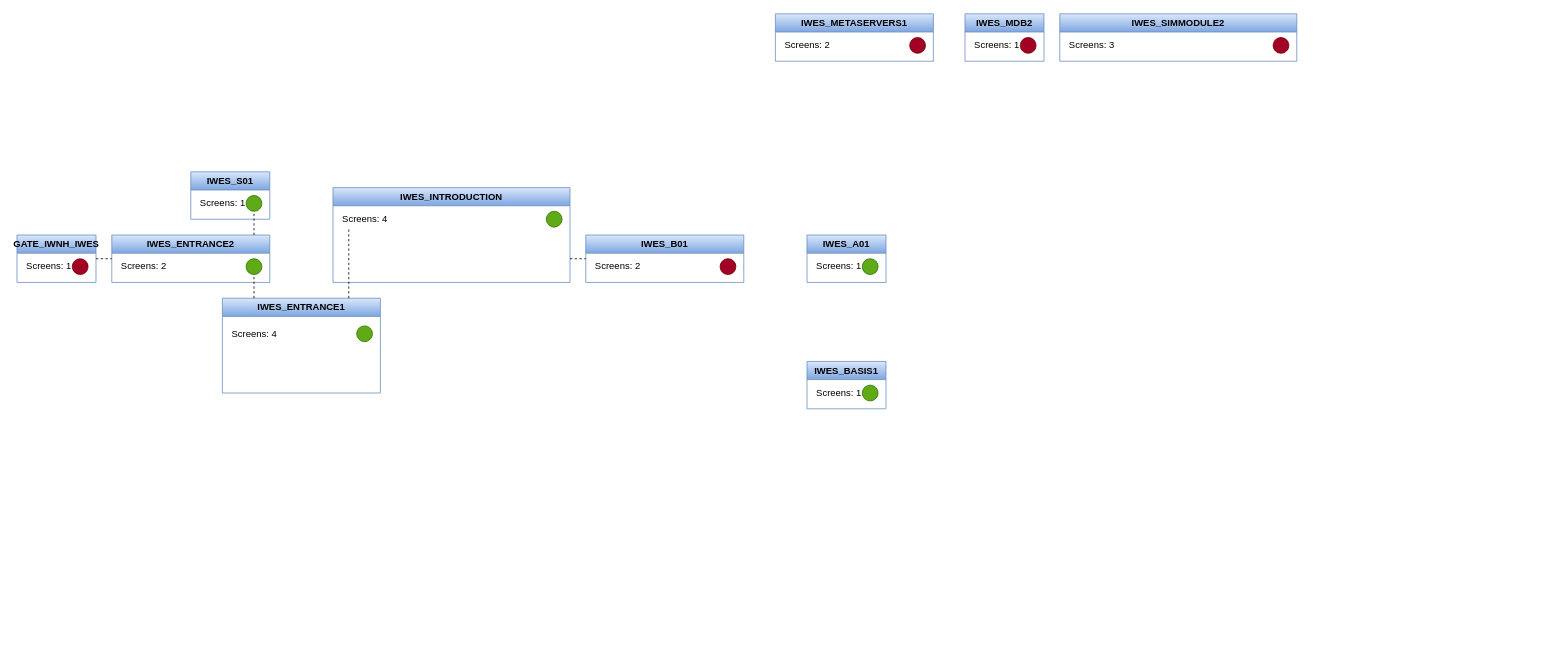
The draw.io diagram page "Encapsulated Systems" (3 of 3) of bonus/Regions.drawio in TabbyFlux/Implicit-Worlds, before the edit. Source tidied: cells renumbered, new cells numbered last; positions are measured from the earlier drawing's top-left corner, leaving out a move shared by most shapes. Both pictures are drawn from the tidied source at 79%, with x=0, y=0 at pixel (17, 13).
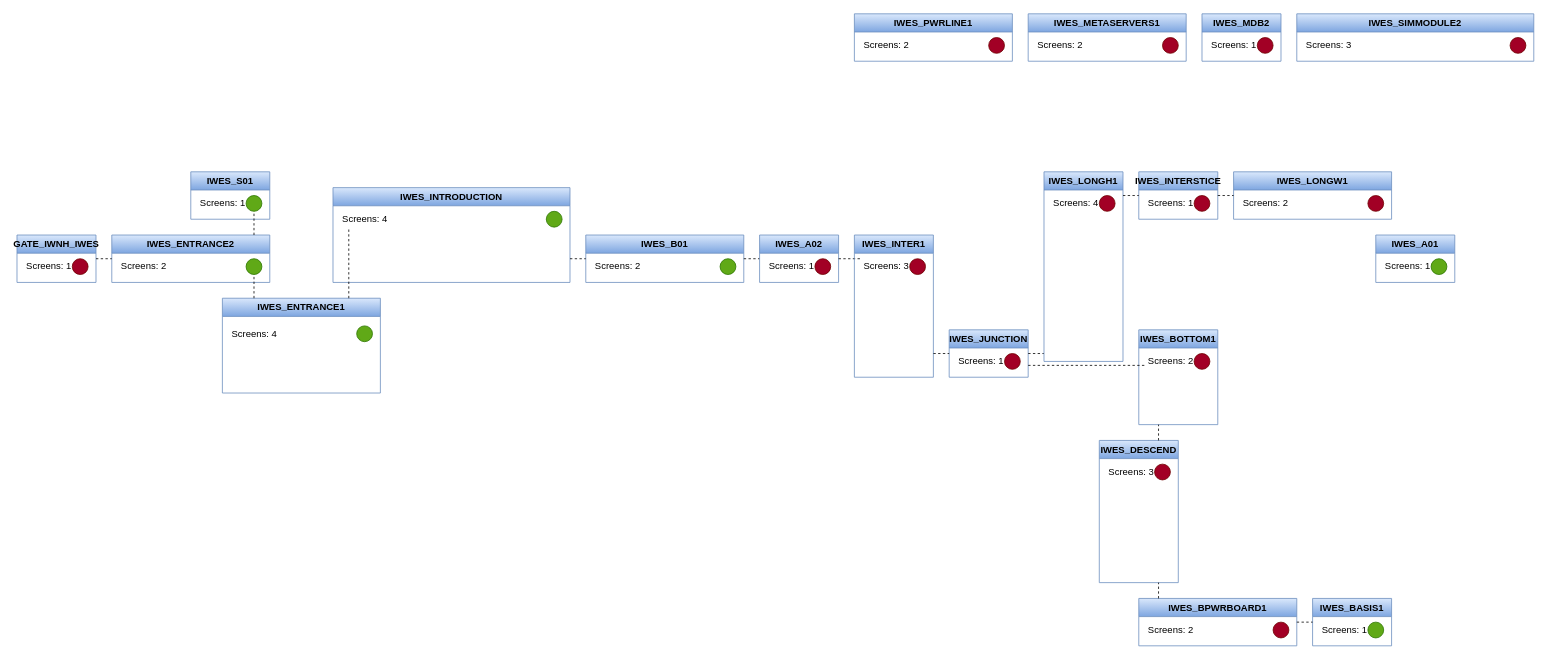
After the change.

The change refers to these unchanged cells:
```xml
<mxCell id="32" value="IWES_B01" style="swimlane;whiteSpace=wrap;html=1;fillColor=#dae8fc;gradientColor=#7ea6e0;strokeColor=#6c8ebf;" parent="1" vertex="1">
  <mxGeometry x="720" y="280" width="200" height="60" as="geometry" />
</mxCell>
```

Change to the diagram source:
```diff
@@
     <mxCell id="5" value="IWES_BASIS1" style="swimlane;whiteSpace=wrap;html=1;fillColor=#dae8fc;gradientColor=#7ea6e0;strokeColor=#6c8ebf;" parent="1" vertex="1">
-      <mxGeometry x="1000" y="440" width="100" height="60" as="geometry" />
+      <mxGeometry x="1640" y="740" width="100" height="60" as="geometry" />
     </mxCell>
@@
     <mxCell id="16" value="IWES_A01" style="swimlane;whiteSpace=wrap;html=1;fillColor=#dae8fc;gradientColor=#7ea6e0;strokeColor=#6c8ebf;" parent="1" vertex="1">
-      <mxGeometry x="1000" y="280" width="100" height="60" as="geometry" />
+      <mxGeometry x="1720" y="280" width="100" height="60" as="geometry" />
     </mxCell>
@@
     <mxCell id="23" value="IWES_METASERVERS1" style="swimlane;whiteSpace=wrap;html=1;fillColor=#dae8fc;gradientColor=#7ea6e0;strokeColor=#6c8ebf;" parent="1" vertex="1">
-      <mxGeometry x="960" width="200" height="60" as="geometry" />
+      <mxGeometry x="1280" width="200" height="60" as="geometry" />
     </mxCell>
@@
     <mxCell id="26" value="IWES_MDB2" style="swimlane;whiteSpace=wrap;html=1;fillColor=#dae8fc;gradientColor=#7ea6e0;strokeColor=#6c8ebf;" parent="1" vertex="1">
-      <mxGeometry x="1200" width="100" height="60" as="geometry" />
+      <mxGeometry x="1500" width="100" height="60" as="geometry" />
     </mxCell>
@@
     <mxCell id="29" value="IWES_SIMMODULE2" style="swimlane;whiteSpace=wrap;html=1;fillColor=#dae8fc;gradientColor=#7ea6e0;strokeColor=#6c8ebf;" parent="1" vertex="1">
-      <mxGeometry x="1320" width="300" height="60" as="geometry" />
+      <mxGeometry x="1620" width="300" height="60" as="geometry" />
     </mxCell>
@@
-    <mxCell id="34" style="ellipse;whiteSpace=wrap;html=1;fillColor=#a20025;strokeColor=#6F0000;fontColor=#ffffff;" parent="32" vertex="1">
+    <mxCell id="34" style="ellipse;whiteSpace=wrap;html=1;fillColor=#60a917;strokeColor=#2D7600;fontColor=#ffffff;" parent="32" vertex="1">
       <mxGeometry x="170" y="30" width="20" height="20" as="geometry" />
     </mxCell>
@@
+    <mxCell id="40" style="endArrow=none;dashed=1;html=1;rounded=0;exitX=1;exitY=0.5;exitDx=0;exitDy=0;entryX=0;entryY=0.5;entryDx=0;entryDy=0;" parent="1" edge="1" source="32" target="44">
+      <mxGeometry relative="1" as="geometry" />
+    </mxCell>
+    <mxCell id="41" value="IWES_PWRLINE1" style="swimlane;whiteSpace=wrap;html=1;fillColor=#dae8fc;gradientColor=#7ea6e0;strokeColor=#6c8ebf;" parent="1" vertex="1">
+      <mxGeometry x="1060" width="200" height="60" as="geometry" />
+    </mxCell>
+    <mxCell id="42" value="Screens: 2" style="text;html=1;align=left;verticalAlign=middle;whiteSpace=wrap;rounded=0;" parent="41" vertex="1">
+      <mxGeometry x="10" y="25" width="70" height="30" as="geometry" />
+    </mxCell>
+    <mxCell id="43" style="ellipse;whiteSpace=wrap;html=1;fillColor=#a20025;strokeColor=#6F0000;fontColor=#ffffff;" parent="41" vertex="1">
+      <mxGeometry x="170" y="30" width="20" height="20" as="geometry" />
+    </mxCell>
+    <mxCell id="44" value="IWES_A02" style="swimlane;whiteSpace=wrap;html=1;fillColor=#dae8fc;gradientColor=#7ea6e0;strokeColor=#6c8ebf;" parent="1" vertex="1">
+      <mxGeometry x="940" y="280" width="100" height="60" as="geometry" />
+    </mxCell>
+    <mxCell id="45" value="Screens: 1" style="text;html=1;align=left;verticalAlign=middle;whiteSpace=wrap;rounded=0;" parent="44" vertex="1">
+      <mxGeometry x="10" y="25" width="60" height="30" as="geometry" />
+    </mxCell>
+    <mxCell id="46" style="ellipse;whiteSpace=wrap;html=1;fillColor=#a20025;strokeColor=#6F0000;fontColor=#ffffff;" parent="44" vertex="1">
+      <mxGeometry x="70" y="30" width="20" height="20" as="geometry" />
+    </mxCell>
+    <mxCell id="47" style="endArrow=none;dashed=1;html=1;rounded=0;exitX=1;exitY=0.5;exitDx=0;exitDy=0;entryX=0;entryY=0.167;entryDx=0;entryDy=0;entryPerimeter=0;" parent="1" edge="1" source="44" target="49">
+      <mxGeometry relative="1" as="geometry" />
+    </mxCell>
+    <mxCell id="48" value="IWES_INTER1" style="swimlane;whiteSpace=wrap;html=1;fillColor=#dae8fc;gradientColor=#7ea6e0;strokeColor=#6c8ebf;" parent="1" vertex="1">
+      <mxGeometry x="1060" y="280" width="100" height="180" as="geometry" />
+    </mxCell>
+    <mxCell id="49" value="Screens: 3" style="text;html=1;align=left;verticalAlign=middle;whiteSpace=wrap;rounded=0;" parent="48" vertex="1">
+      <mxGeometry x="10" y="25" width="60" height="30" as="geometry" />
+    </mxCell>
+    <mxCell id="50" style="ellipse;whiteSpace=wrap;html=1;fillColor=#a20025;strokeColor=#6F0000;fontColor=#ffffff;" parent="48" vertex="1">
+      <mxGeometry x="70" y="30" width="20" height="20" as="geometry" />
+    </mxCell>
+    <mxCell id="51" value="IWES_JUNCTION" style="swimlane;whiteSpace=wrap;html=1;fillColor=#dae8fc;gradientColor=#7ea6e0;strokeColor=#6c8ebf;" parent="1" vertex="1">
+      <mxGeometry x="1180" y="400" width="100" height="60" as="geometry" />
+    </mxCell>
+    <mxCell id="52" value="Screens: 1" style="text;html=1;align=left;verticalAlign=middle;whiteSpace=wrap;rounded=0;" parent="51" vertex="1">
+      <mxGeometry x="10" y="25" width="60" height="30" as="geometry" />
+    </mxCell>
+    <mxCell id="53" style="ellipse;whiteSpace=wrap;html=1;fillColor=#a20025;strokeColor=#6F0000;fontColor=#ffffff;" parent="51" vertex="1">
+      <mxGeometry x="70" y="30" width="20" height="20" as="geometry" />
+    </mxCell>
+    <mxCell id="54" style="endArrow=none;dashed=1;html=1;rounded=0;entryX=0;entryY=0.5;entryDx=0;entryDy=0;" parent="1" edge="1" target="51">
+      <mxGeometry relative="1" as="geometry">
+        <mxPoint x="1160" y="430" as="sourcePoint" />
+      </mxGeometry>
+    </mxCell>
+    <mxCell id="55" value="IWES_BOTTOM1" style="swimlane;whiteSpace=wrap;html=1;fillColor=#dae8fc;gradientColor=#7ea6e0;strokeColor=#6c8ebf;" parent="1" vertex="1">
+      <mxGeometry x="1420" y="400" width="100" height="120" as="geometry" />
+    </mxCell>
+    <mxCell id="56" value="Screens: 2" style="text;html=1;align=left;verticalAlign=middle;whiteSpace=wrap;rounded=0;" parent="55" vertex="1">
+      <mxGeometry x="10" y="25" width="60" height="30" as="geometry" />
+    </mxCell>
+    <mxCell id="57" style="ellipse;whiteSpace=wrap;html=1;fillColor=#a20025;strokeColor=#6F0000;fontColor=#ffffff;" parent="55" vertex="1">
+      <mxGeometry x="70" y="30" width="20" height="20" as="geometry" />
+    </mxCell>
+    <mxCell id="58" style="endArrow=none;dashed=1;html=1;rounded=0;exitX=1;exitY=0.75;exitDx=0;exitDy=0;entryX=0;entryY=0.667;entryDx=0;entryDy=0;entryPerimeter=0;" parent="1" edge="1" source="51" target="56">
+      <mxGeometry relative="1" as="geometry" />
+    </mxCell>
+    <mxCell id="59" style="endArrow=none;dashed=1;html=1;rounded=0;exitX=1;exitY=0.5;exitDx=0;exitDy=0;" parent="1" edge="1" source="51">
+      <mxGeometry relative="1" as="geometry">
+        <mxPoint x="1300" y="430" as="targetPoint" />
+      </mxGeometry>
+    </mxCell>
+    <mxCell id="60" value="IWES_LONGH1" style="swimlane;whiteSpace=wrap;html=1;fillColor=#dae8fc;gradientColor=#7ea6e0;strokeColor=#6c8ebf;" parent="1" vertex="1">
+      <mxGeometry x="1300" y="200" width="100" height="240" as="geometry" />
+    </mxCell>
+    <mxCell id="61" value="Screens: 4" style="text;html=1;align=left;verticalAlign=middle;whiteSpace=wrap;rounded=0;" parent="60" vertex="1">
+      <mxGeometry x="10" y="25" width="60" height="30" as="geometry" />
+    </mxCell>
+    <mxCell id="62" style="ellipse;whiteSpace=wrap;html=1;fillColor=#a20025;strokeColor=#6F0000;fontColor=#ffffff;" parent="60" vertex="1">
+      <mxGeometry x="70" y="30" width="20" height="20" as="geometry" />
+    </mxCell>
+    <mxCell id="63" value="IWES_INTERSTICE" style="swimlane;whiteSpace=wrap;html=1;fillColor=#dae8fc;gradientColor=#7ea6e0;strokeColor=#6c8ebf;" parent="1" vertex="1">
+      <mxGeometry x="1420" y="200" width="100" height="60" as="geometry" />
+    </mxCell>
+    <mxCell id="64" value="Screens: 1" style="text;html=1;align=left;verticalAlign=middle;whiteSpace=wrap;rounded=0;" parent="63" vertex="1">
+      <mxGeometry x="10" y="25" width="60" height="30" as="geometry" />
+    </mxCell>
+    <mxCell id="65" style="ellipse;whiteSpace=wrap;html=1;fillColor=#a20025;strokeColor=#6F0000;fontColor=#ffffff;" parent="63" vertex="1">
+      <mxGeometry x="70" y="30" width="20" height="20" as="geometry" />
+    </mxCell>
+    <mxCell id="66" style="endArrow=none;dashed=1;html=1;rounded=0;entryX=0;entryY=0.5;entryDx=0;entryDy=0;" parent="1" edge="1" target="63">
+      <mxGeometry relative="1" as="geometry">
+        <mxPoint x="1400" y="230" as="sourcePoint" />
+      </mxGeometry>
+    </mxCell>
+    <mxCell id="67" value="IWES_DESCEND" style="swimlane;whiteSpace=wrap;html=1;fillColor=#dae8fc;gradientColor=#7ea6e0;strokeColor=#6c8ebf;" parent="1" vertex="1">
+      <mxGeometry x="1370" y="540" width="100" height="180" as="geometry" />
+    </mxCell>
+    <mxCell id="68" value="Screens: 3" style="text;html=1;align=left;verticalAlign=middle;whiteSpace=wrap;rounded=0;" parent="67" vertex="1">
+      <mxGeometry x="10" y="25" width="60" height="30" as="geometry" />
+    </mxCell>
+    <mxCell id="69" style="ellipse;whiteSpace=wrap;html=1;fillColor=#a20025;strokeColor=#6F0000;fontColor=#ffffff;" parent="67" vertex="1">
+      <mxGeometry x="70" y="30" width="20" height="20" as="geometry" />
+    </mxCell>
+    <mxCell id="70" style="endArrow=none;dashed=1;html=1;rounded=0;entryX=0.25;entryY=1;entryDx=0;entryDy=0;exitX=0.75;exitY=0;exitDx=0;exitDy=0;" parent="1" edge="1" source="67" target="55">
+      <mxGeometry relative="1" as="geometry" />
+    </mxCell>
+    <mxCell id="71" value="IWES_BPWRBOARD1" style="swimlane;whiteSpace=wrap;html=1;fillColor=#dae8fc;gradientColor=#7ea6e0;strokeColor=#6c8ebf;" parent="1" vertex="1">
+      <mxGeometry x="1420" y="740" width="200" height="60" as="geometry" />
+    </mxCell>
+    <mxCell id="72" style="ellipse;whiteSpace=wrap;html=1;fillColor=#a20025;strokeColor=#6F0000;fontColor=#ffffff;" parent="71" vertex="1">
+      <mxGeometry x="170" y="30" width="20" height="20" as="geometry" />
+    </mxCell>
+    <mxCell id="73" value="Screens: 2" style="text;html=1;align=left;verticalAlign=middle;whiteSpace=wrap;rounded=0;" parent="71" vertex="1">
+      <mxGeometry x="10" y="25" width="60" height="30" as="geometry" />
+    </mxCell>
+    <mxCell id="74" style="endArrow=none;dashed=1;html=1;rounded=0;entryX=0.75;entryY=1;entryDx=0;entryDy=0;exitX=0.125;exitY=0;exitDx=0;exitDy=0;exitPerimeter=0;" parent="1" edge="1" source="71" target="67">
+      <mxGeometry relative="1" as="geometry" />
+    </mxCell>
+    <mxCell id="75" style="endArrow=none;dashed=1;html=1;rounded=0;exitX=1;exitY=0.5;exitDx=0;exitDy=0;entryX=0;entryY=0.5;entryDx=0;entryDy=0;" parent="1" edge="1" source="71" target="5">
+      <mxGeometry relative="1" as="geometry" />
+    </mxCell>
+    <mxCell id="76" value="IWES_LONGW1" style="swimlane;whiteSpace=wrap;html=1;fillColor=#dae8fc;gradientColor=#7ea6e0;strokeColor=#6c8ebf;" parent="1" vertex="1">
+      <mxGeometry x="1540" y="200" width="200" height="60" as="geometry" />
+    </mxCell>
+    <mxCell id="77" value="Screens: 2" style="text;html=1;align=left;verticalAlign=middle;whiteSpace=wrap;rounded=0;" parent="76" vertex="1">
+      <mxGeometry x="10" y="25" width="70" height="30" as="geometry" />
+    </mxCell>
+    <mxCell id="78" style="ellipse;whiteSpace=wrap;html=1;fillColor=#a20025;strokeColor=#6F0000;fontColor=#ffffff;" parent="76" vertex="1">
+      <mxGeometry x="170" y="30" width="20" height="20" as="geometry" />
+    </mxCell>
+    <mxCell id="79" style="endArrow=none;dashed=1;html=1;rounded=0;exitX=1;exitY=0.5;exitDx=0;exitDy=0;entryX=0;entryY=0.5;entryDx=0;entryDy=0;" parent="1" edge="1" source="63" target="76">
+      <mxGeometry relative="1" as="geometry" />
+    </mxCell>
```
